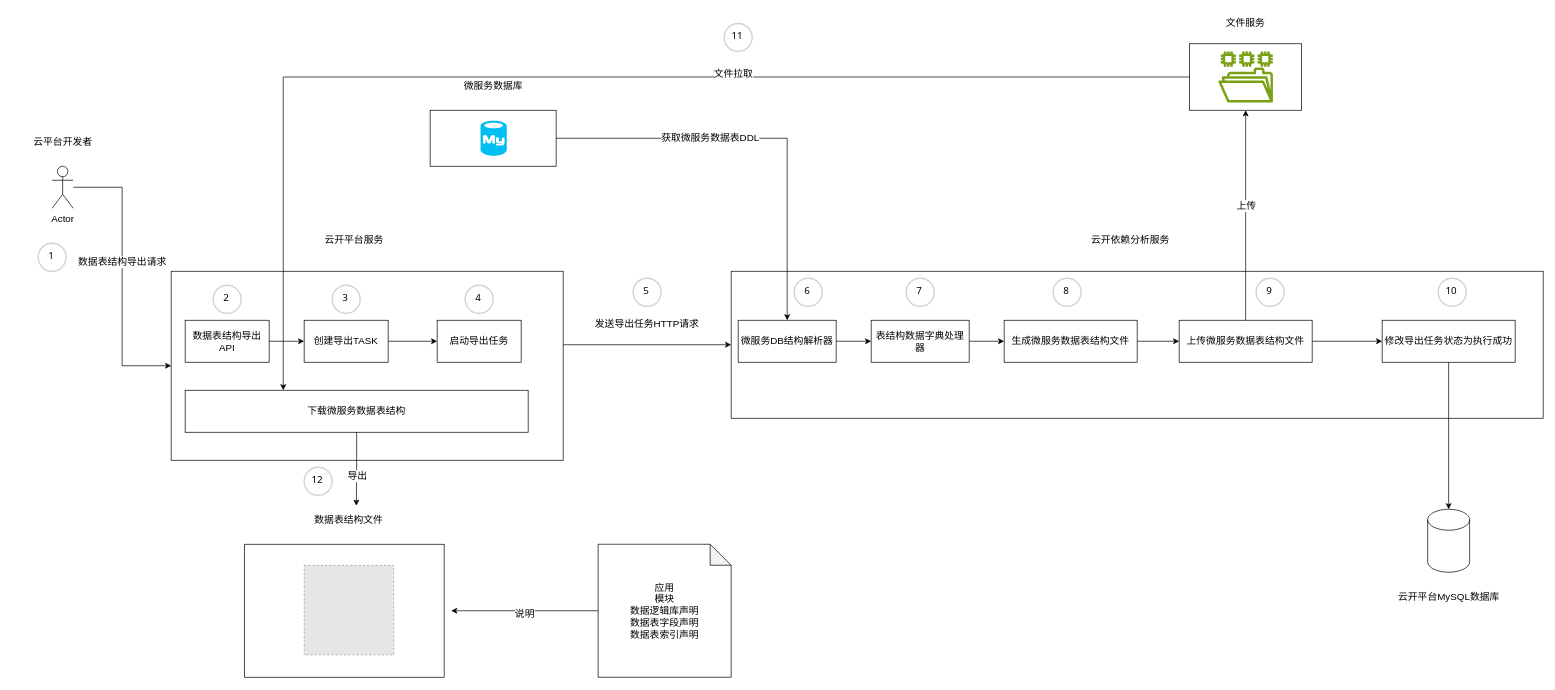
The draw.io diagram 数据表结构导出TASK.drawio in strongant/android, before the edit. Source tidied: cells renumbered, new cells numbered last; positions are measured from the earlier drawing's top-left corner, leaving out a move shared by most shapes. Both pictures are drawn from the tidied source at 70%, with x=0, y=0 at pixel (11, 12). Pictures stored in the file or linked from it are replaced by grey dashed boxes.
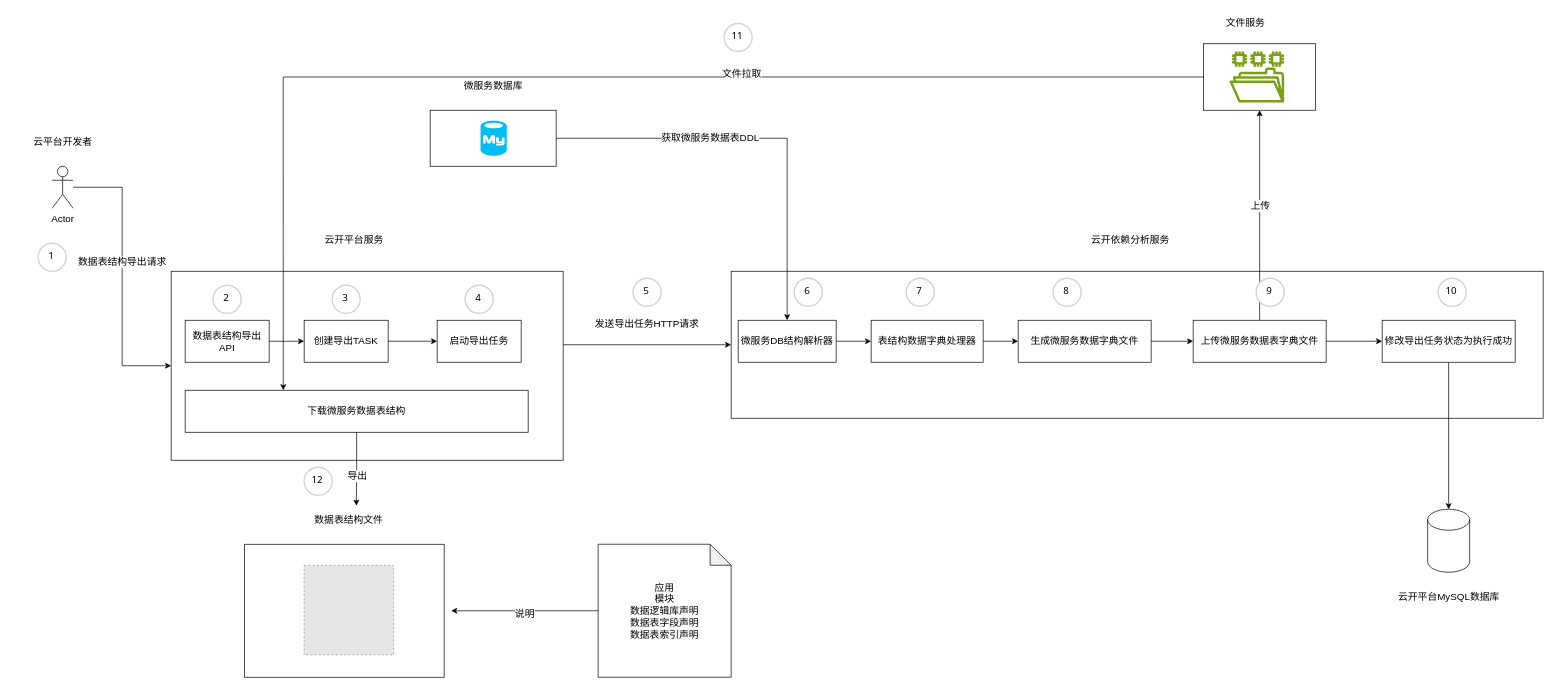
The same diagram, later.

Commit message (it also covers changes not shown here):
Update 数据表结构导出TASK.drawio

The edit, as a diff of the source:
```diff
@@
     <mxCell id="18" value="表结构数据字典处理器" style="rounded=0;whiteSpace=wrap;html=1;fontSize=14;" parent="1" vertex="1">
-      <mxGeometry x="1228" y="440" width="140" height="60" as="geometry" />
+      <mxGeometry x="1228" y="440" width="160" height="60" as="geometry" />
     </mxCell>
@@
-    <mxCell id="20" value="生成微服务数据表结构文件" style="rounded=0;whiteSpace=wrap;html=1;fontSize=14;" parent="1" vertex="1">
-      <mxGeometry x="1418" y="440" width="190" height="60" as="geometry" />
+    <mxCell id="20" value="生成微服务数据字典文件" style="rounded=0;whiteSpace=wrap;html=1;fontSize=14;" parent="1" vertex="1">
+      <mxGeometry x="1438" y="440" width="190" height="60" as="geometry" />
     </mxCell>
@@
-    <mxCell id="36" value="上传微服务数据表结构文件" style="rounded=0;whiteSpace=wrap;html=1;fontSize=14;" parent="1" vertex="1">
-      <mxGeometry x="1668" y="440" width="190" height="60" as="geometry" />
+    <mxCell id="36" value="上传微服务数据表字典文件" style="rounded=0;whiteSpace=wrap;html=1;fontSize=14;" parent="1" vertex="1">
+      <mxGeometry x="1688" y="440" width="190" height="60" as="geometry" />
     </mxCell>
     <mxCell id="37" style="rounded=0;whiteSpace=wrap;html=1;fontSize=14;" parent="1" vertex="1">
-      <mxGeometry x="1683" y="45" width="160" height="95" as="geometry" />
+      <mxGeometry x="1703" y="45" width="160" height="95" as="geometry" />
     </mxCell>
     <mxCell id="38" style="sketch=0;fontColor=#232F3E;gradientColor=none;fillColor=#7AA116;strokeColor=none;dashed=0;verticalLabelPosition=bottom;verticalAlign=top;align=center;html=1;fontSize=14;fontStyle=0;shape=mxgraph.aws4.file_system;" parent="1" vertex="1">
-      <mxGeometry x="1724" y="56" width="78" height="73" as="geometry" />
+      <mxGeometry x="1740" y="56" width="78" height="73" as="geometry" />
     </mxCell>
```
